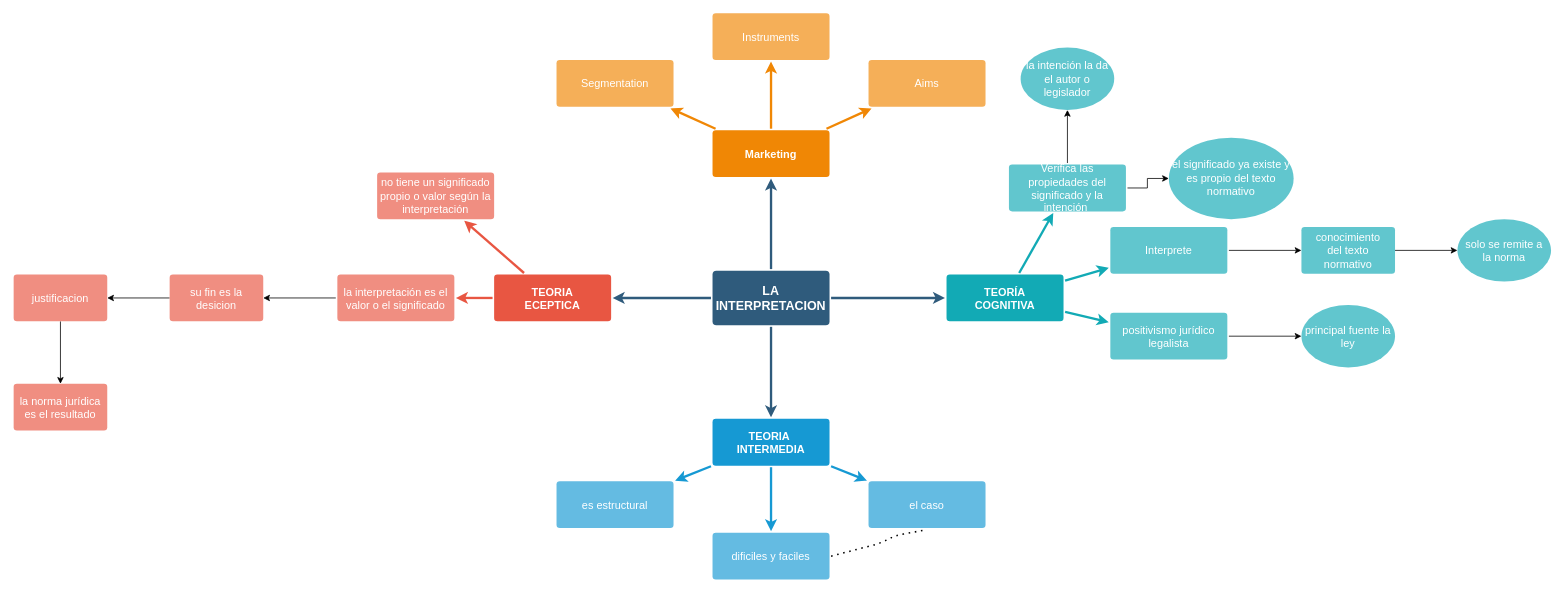
Earlier version of the draw.io diagram Untitled Diagram.drawio (yesica0/inter). Source tidied: cells renumbered, new cells numbered last; positions are measured from the earlier drawing's top-left corner, leaving out a move shared by most shapes. Both pictures are drawn from the tidied source at 78%, with x=0, y=0 at pixel (13, 12).
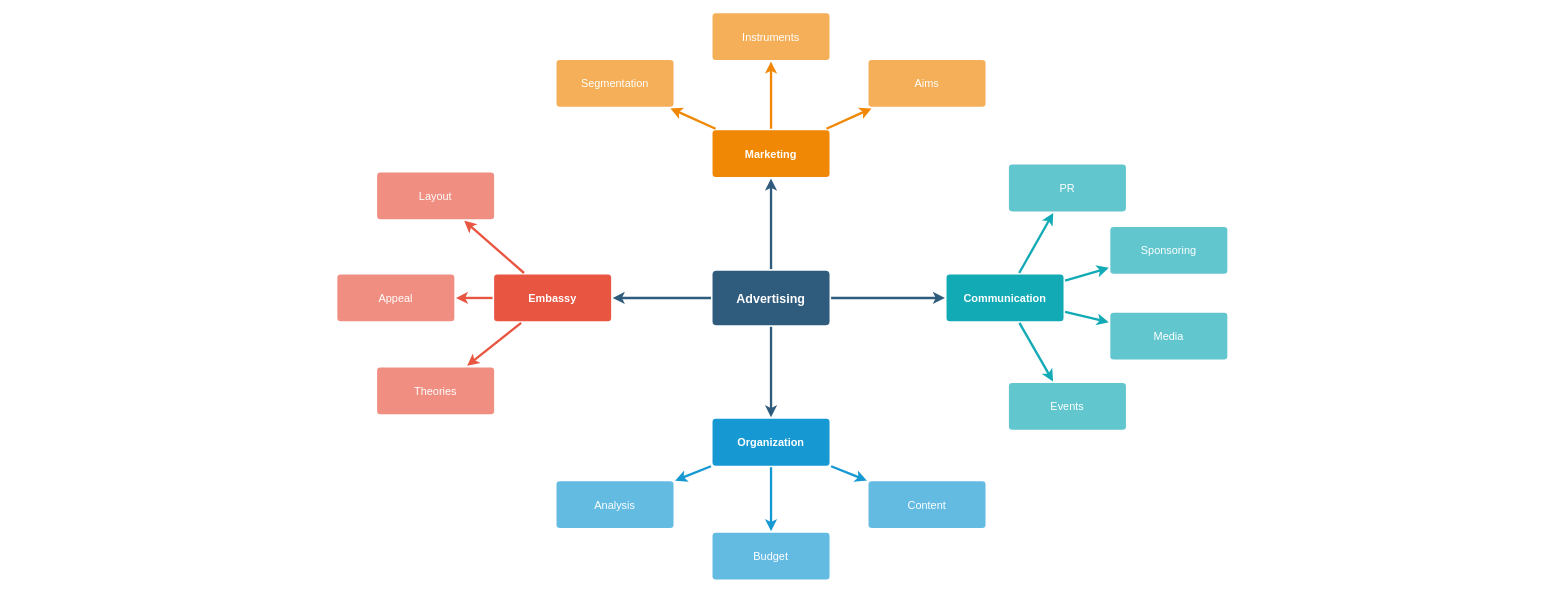
After the change.

Commit message:
migraciones internas

Change to the diagram source:
```diff
@@
-    <mxCell id="6" value="LA INTERPRETACION" style="rounded=1;whiteSpace=wrap;html=1;shadow=0;labelBackgroundColor=none;strokeColor=none;strokeWidth=3;fillColor=#2F5B7C;fontFamily=Helvetica;fontSize=16;fontColor=#FFFFFF;align=center;fontStyle=1;spacing=5;arcSize=7;perimeterSpacing=2;" parent="1" vertex="1">
+    <mxCell id="6" value="Advertising" style="rounded=1;whiteSpace=wrap;html=1;shadow=0;labelBackgroundColor=none;strokeColor=none;strokeWidth=3;fillColor=#2F5B7C;fontFamily=Helvetica;fontSize=16;fontColor=#FFFFFF;align=center;fontStyle=1;spacing=5;arcSize=7;perimeterSpacing=2;" parent="1" vertex="1">
       <mxGeometry x="896" y="330.5" width="150" height="70" as="geometry" />
     </mxCell>
@@
+    <mxCell id="50" style="edgeStyle=none;rounded=1;jumpStyle=none;html=1;shadow=0;labelBackgroundColor=none;startArrow=none;startFill=0;jettySize=auto;strokeColor=#E85642;strokeWidth=3;fontFamily=Helvetica;fontSize=14;fontColor=#FFFFFF;spacing=5;fontStyle=1;fillColor=#b0e3e6;" parent="1" edge="1" source="9" target="51">
+      <mxGeometry relative="1" as="geometry" />
+    </mxCell>
-    <mxCell id="9" value="TEORIA&lt;br&gt;ECEPTICA" style="rounded=1;whiteSpace=wrap;html=1;shadow=0;labelBackgroundColor=none;strokeColor=none;strokeWidth=3;fillColor=#e85642;fontFamily=Helvetica;fontSize=14;fontColor=#FFFFFF;align=center;spacing=5;fontStyle=1;arcSize=7;perimeterSpacing=2;" parent="1" vertex="1">
+    <mxCell id="9" value="Embassy" style="rounded=1;whiteSpace=wrap;html=1;shadow=0;labelBackgroundColor=none;strokeColor=none;strokeWidth=3;fillColor=#e85642;fontFamily=Helvetica;fontSize=14;fontColor=#FFFFFF;align=center;spacing=5;fontStyle=1;arcSize=7;perimeterSpacing=2;" parent="1" vertex="1">
       <mxGeometry x="616" y="335.5" width="150" height="60" as="geometry" />
     </mxCell>
-    <mxCell id="10" style="edgeStyle=orthogonalEdgeStyle;rounded=0;jettySize=auto;html=1;" parent="1" edge="1" source="11" target="46">
-      <mxGeometry relative="1" as="geometry" />
-    </mxCell>
+    <mxCell id="51" value="Theories" style="rounded=1;whiteSpace=wrap;html=1;shadow=0;labelBackgroundColor=none;strokeColor=none;strokeWidth=3;fillColor=#f08e81;fontFamily=Helvetica;fontSize=14;fontColor=#FFFFFF;align=center;spacing=5;fontStyle=0;arcSize=7;perimeterSpacing=2;" parent="1" vertex="1">
+      <mxGeometry x="466" y="454.5" width="150" height="60" as="geometry" />
+    </mxCell>
-    <mxCell id="11" value="la interpretación es el valor o el significado" style="rounded=1;whiteSpace=wrap;html=1;shadow=0;labelBackgroundColor=none;strokeColor=none;strokeWidth=3;fillColor=#f08e81;fontFamily=Helvetica;fontSize=14;fontColor=#FFFFFF;align=center;spacing=5;fontStyle=0;arcSize=7;perimeterSpacing=2;" parent="1" vertex="1">
+    <mxCell id="11" value="Appeal" style="rounded=1;whiteSpace=wrap;html=1;shadow=0;labelBackgroundColor=none;strokeColor=none;strokeWidth=3;fillColor=#f08e81;fontFamily=Helvetica;fontSize=14;fontColor=#FFFFFF;align=center;spacing=5;fontStyle=0;arcSize=7;perimeterSpacing=2;" parent="1" vertex="1">
       <mxGeometry x="415" y="335.5" width="150" height="60" as="geometry" />
     </mxCell>
-    <mxCell id="12" value="no tiene un significado propio o valor según la interpretación" style="rounded=1;whiteSpace=wrap;html=1;shadow=0;labelBackgroundColor=none;strokeColor=none;strokeWidth=3;fillColor=#f08e81;fontFamily=Helvetica;fontSize=14;fontColor=#FFFFFF;align=center;spacing=5;fontStyle=0;arcSize=7;perimeterSpacing=2;" parent="1" vertex="1">
+    <mxCell id="12" value="Layout" style="rounded=1;whiteSpace=wrap;html=1;shadow=0;labelBackgroundColor=none;strokeColor=none;strokeWidth=3;fillColor=#f08e81;fontFamily=Helvetica;fontSize=14;fontColor=#FFFFFF;align=center;spacing=5;fontStyle=0;arcSize=7;perimeterSpacing=2;" parent="1" vertex="1">
       <mxGeometry x="466" y="204.5" width="150" height="60" as="geometry" />
     </mxCell>
@@
-    <mxCell id="16" value="TEORIA&amp;nbsp;&lt;br&gt;INTERMEDIA" style="rounded=1;whiteSpace=wrap;html=1;shadow=0;labelBackgroundColor=none;strokeColor=none;strokeWidth=3;fillColor=#1699d3;fontFamily=Helvetica;fontSize=14;fontColor=#FFFFFF;align=center;spacing=5;fontStyle=1;arcSize=7;perimeterSpacing=2;" parent="1" vertex="1">
+    <mxCell id="16" value="Organization" style="rounded=1;whiteSpace=wrap;html=1;shadow=0;labelBackgroundColor=none;strokeColor=none;strokeWidth=3;fillColor=#1699d3;fontFamily=Helvetica;fontSize=14;fontColor=#FFFFFF;align=center;spacing=5;fontStyle=1;arcSize=7;perimeterSpacing=2;" parent="1" vertex="1">
       <mxGeometry x="896" y="520.5" width="150" height="60" as="geometry" />
     </mxCell>
-    <mxCell id="17" value="el caso" style="rounded=1;whiteSpace=wrap;html=1;shadow=0;labelBackgroundColor=none;strokeColor=none;strokeWidth=3;fillColor=#64bbe2;fontFamily=Helvetica;fontSize=14;fontColor=#FFFFFF;align=center;spacing=5;arcSize=7;perimeterSpacing=2;" parent="1" vertex="1">
+    <mxCell id="17" value="Content" style="rounded=1;whiteSpace=wrap;html=1;shadow=0;labelBackgroundColor=none;strokeColor=none;strokeWidth=3;fillColor=#64bbe2;fontFamily=Helvetica;fontSize=14;fontColor=#FFFFFF;align=center;spacing=5;arcSize=7;perimeterSpacing=2;" parent="1" vertex="1">
       <mxGeometry x="1096" y="600.5" width="150" height="60" as="geometry" />
     </mxCell>
-    <mxCell id="18" value="dificiles y faciles" style="rounded=1;whiteSpace=wrap;html=1;shadow=0;labelBackgroundColor=none;strokeColor=none;strokeWidth=3;fillColor=#64bbe2;fontFamily=Helvetica;fontSize=14;fontColor=#FFFFFF;align=center;spacing=5;arcSize=7;perimeterSpacing=2;" parent="1" vertex="1">
+    <mxCell id="18" value="Budget" style="rounded=1;whiteSpace=wrap;html=1;shadow=0;labelBackgroundColor=none;strokeColor=none;strokeWidth=3;fillColor=#64bbe2;fontFamily=Helvetica;fontSize=14;fontColor=#FFFFFF;align=center;spacing=5;arcSize=7;perimeterSpacing=2;" parent="1" vertex="1">
       <mxGeometry x="896" y="666.5" width="150" height="60" as="geometry" />
     </mxCell>
-    <mxCell id="19" value="es estructural" style="rounded=1;whiteSpace=wrap;html=1;shadow=0;labelBackgroundColor=none;strokeColor=none;strokeWidth=3;fillColor=#64bbe2;fontFamily=Helvetica;fontSize=14;fontColor=#FFFFFF;align=center;spacing=5;arcSize=7;perimeterSpacing=2;" parent="1" vertex="1">
+    <mxCell id="19" value="Analysis" style="rounded=1;whiteSpace=wrap;html=1;shadow=0;labelBackgroundColor=none;strokeColor=none;strokeWidth=3;fillColor=#64bbe2;fontFamily=Helvetica;fontSize=14;fontColor=#FFFFFF;align=center;spacing=5;arcSize=7;perimeterSpacing=2;" parent="1" vertex="1">
       <mxGeometry x="696" y="600.5" width="150" height="60" as="geometry" />
     </mxCell>
@@
-    <mxCell id="27" value="TEORÍA&lt;br&gt;COGNITIVA" style="rounded=1;whiteSpace=wrap;html=1;shadow=0;labelBackgroundColor=none;strokeColor=none;strokeWidth=3;fillColor=#12aab5;fontFamily=Helvetica;fontSize=14;fontColor=#FFFFFF;align=center;spacing=5;fontStyle=1;arcSize=7;perimeterSpacing=2;" parent="1" vertex="1">
+    <mxCell id="27" value="Communication" style="rounded=1;whiteSpace=wrap;html=1;shadow=0;labelBackgroundColor=none;strokeColor=none;strokeWidth=3;fillColor=#12aab5;fontFamily=Helvetica;fontSize=14;fontColor=#FFFFFF;align=center;spacing=5;fontStyle=1;arcSize=7;perimeterSpacing=2;" parent="1" vertex="1">
       <mxGeometry x="1196" y="335.5" width="150" height="60" as="geometry" />
     </mxCell>
-    <mxCell id="28" style="edgeStyle=orthogonalEdgeStyle;rounded=0;jettySize=auto;html=1;" parent="1" edge="1" source="29" target="43">
-      <mxGeometry relative="1" as="geometry" />
-    </mxCell>
+    <mxCell id="52" value="Events" style="rounded=1;whiteSpace=wrap;html=1;shadow=0;labelBackgroundColor=none;strokeColor=none;strokeWidth=3;fillColor=#61c6ce;fontFamily=Helvetica;fontSize=14;fontColor=#FFFFFF;align=center;spacing=5;fontStyle=0;arcSize=7;perimeterSpacing=2;" parent="1" vertex="1">
+      <mxGeometry x="1276" y="474.5" width="150" height="60" as="geometry" />
+    </mxCell>
+    <mxCell id="53" style="edgeStyle=none;rounded=1;jumpStyle=none;html=1;shadow=0;labelBackgroundColor=none;startArrow=none;startFill=0;jettySize=auto;strokeColor=#12AAB5;strokeWidth=3;fontFamily=Helvetica;fontSize=14;fontColor=#FFFFFF;spacing=5;fontStyle=1;fillColor=#b0e3e6;" parent="1" edge="1" source="27" target="52">
+      <mxGeometry relative="1" as="geometry" />
+    </mxCell>
-    <mxCell id="29" value="positivismo jurídico legalista" style="rounded=1;whiteSpace=wrap;html=1;shadow=0;labelBackgroundColor=none;strokeColor=none;strokeWidth=3;fillColor=#61c6ce;fontFamily=Helvetica;fontSize=14;fontColor=#FFFFFF;align=center;spacing=5;fontStyle=0;arcSize=7;perimeterSpacing=2;" parent="1" vertex="1">
+    <mxCell id="29" value="Media" style="rounded=1;whiteSpace=wrap;html=1;shadow=0;labelBackgroundColor=none;strokeColor=none;strokeWidth=3;fillColor=#61c6ce;fontFamily=Helvetica;fontSize=14;fontColor=#FFFFFF;align=center;spacing=5;fontStyle=0;arcSize=7;perimeterSpacing=2;" parent="1" vertex="1">
       <mxGeometry x="1406" y="384.5" width="150" height="60" as="geometry" />
     </mxCell>
@@
-    <mxCell id="31" style="edgeStyle=orthogonalEdgeStyle;rounded=0;jettySize=auto;html=1;" parent="1" edge="1" source="32" target="41">
-      <mxGeometry relative="1" as="geometry" />
-    </mxCell>
-    <mxCell id="32" value="Interprete" style="rounded=1;whiteSpace=wrap;html=1;shadow=0;labelBackgroundColor=none;strokeColor=none;strokeWidth=3;fillColor=#61c6ce;fontFamily=Helvetica;fontSize=14;fontColor=#FFFFFF;align=center;spacing=5;fontStyle=0;arcSize=7;perimeterSpacing=2;" parent="1" vertex="1">
+    <mxCell id="32" value="Sponsoring" style="rounded=1;whiteSpace=wrap;html=1;shadow=0;labelBackgroundColor=none;strokeColor=none;strokeWidth=3;fillColor=#61c6ce;fontFamily=Helvetica;fontSize=14;fontColor=#FFFFFF;align=center;spacing=5;fontStyle=0;arcSize=7;perimeterSpacing=2;" parent="1" vertex="1">
       <mxGeometry x="1406" y="274.5" width="150" height="60" as="geometry" />
     </mxCell>
@@
-    <mxCell id="34" style="edgeStyle=orthogonalEdgeStyle;rounded=0;jettySize=auto;html=1;" parent="1" edge="1" source="36" target="38">
-      <mxGeometry relative="1" as="geometry" />
-    </mxCell>
-    <mxCell id="35" style="edgeStyle=orthogonalEdgeStyle;rounded=0;jettySize=auto;html=1;" parent="1" edge="1" source="36" target="39">
-      <mxGeometry relative="1" as="geometry" />
-    </mxCell>
-    <mxCell id="36" value="Verifica las propiedades del significado y la intención&amp;nbsp;" style="rounded=1;whiteSpace=wrap;html=1;shadow=0;labelBackgroundColor=none;strokeColor=none;strokeWidth=3;fillColor=#61c6ce;fontFamily=Helvetica;fontSize=14;fontColor=#FFFFFF;align=center;spacing=5;fontStyle=0;arcSize=7;perimeterSpacing=2;" parent="1" vertex="1">
+    <mxCell id="36" value="PR" style="rounded=1;whiteSpace=wrap;html=1;shadow=0;labelBackgroundColor=none;strokeColor=none;strokeWidth=3;fillColor=#61c6ce;fontFamily=Helvetica;fontSize=14;fontColor=#FFFFFF;align=center;spacing=5;fontStyle=0;arcSize=7;perimeterSpacing=2;" parent="1" vertex="1">
       <mxGeometry x="1276" y="194.5" width="150" height="60" as="geometry" />
     </mxCell>
@@
-    <mxCell id="38" value="el significado ya existe y es propio del texto normativo" style="ellipse;whiteSpace=wrap;html=1;rounded=1;shadow=0;fontSize=14;fontColor=#FFFFFF;fontStyle=0;strokeColor=none;strokeWidth=3;fillColor=#61c6ce;spacing=5;arcSize=7;" parent="1" vertex="1">
-      <mxGeometry x="1481" y="160" width="160" height="104.5" as="geometry" />
-    </mxCell>
-    <mxCell id="39" value="la intención la da el autor o legislador" style="ellipse;whiteSpace=wrap;html=1;rounded=1;shadow=0;fontSize=14;fontColor=#FFFFFF;fontStyle=0;strokeColor=none;strokeWidth=3;fillColor=#61c6ce;spacing=5;arcSize=7;" parent="1" vertex="1">
-      <mxGeometry x="1291" y="44.5" width="120" height="80" as="geometry" />
-    </mxCell>
-    <mxCell id="40" style="edgeStyle=orthogonalEdgeStyle;rounded=0;jettySize=auto;html=1;" parent="1" edge="1" source="41" target="42">
-      <mxGeometry relative="1" as="geometry" />
-    </mxCell>
-    <mxCell id="41" value="conocimiento del texto normativo" style="shape=process;whiteSpace=wrap;html=1;backgroundOutline=1;rounded=1;shadow=0;fontSize=14;fontColor=#FFFFFF;fontStyle=0;strokeColor=none;strokeWidth=3;fillColor=#61c6ce;spacing=5;arcSize=7;" parent="1" vertex="1">
-      <mxGeometry x="1651" y="274.5" width="120" height="60" as="geometry" />
-    </mxCell>
-    <mxCell id="42" value="solo se remite a la norma" style="ellipse;whiteSpace=wrap;html=1;rounded=1;shadow=0;fontSize=14;fontColor=#FFFFFF;fontStyle=0;strokeColor=none;strokeWidth=3;fillColor=#61c6ce;spacing=5;arcSize=7;" parent="1" vertex="1">
-      <mxGeometry x="1851" y="264.5" width="120" height="80" as="geometry" />
-    </mxCell>
-    <mxCell id="43" value="principal fuente la ley" style="ellipse;whiteSpace=wrap;html=1;rounded=1;shadow=0;fontSize=14;fontColor=#FFFFFF;fontStyle=0;strokeColor=none;strokeWidth=3;fillColor=#61c6ce;spacing=5;arcSize=7;" parent="1" vertex="1">
-      <mxGeometry x="1651" y="374.5" width="120" height="80" as="geometry" />
-    </mxCell>
-    <mxCell id="44" style="endArrow=none;dashed=1;html=1;dashPattern=1 3;strokeWidth=2;exitX=1;exitY=0.5;exitDx=0;exitDy=0;entryX=0.5;entryY=1;entryDx=0;entryDy=0;" parent="1" edge="1" source="18" target="17">
-      <mxGeometry relative="1" as="geometry">
-        <Array as="points">
-          <mxPoint x="1111" y="680" />
-          <mxPoint x="1131" y="670" />
-        </Array>
-      </mxGeometry>
-    </mxCell>
-    <mxCell id="45" style="edgeStyle=orthogonalEdgeStyle;rounded=0;jettySize=auto;html=1;" parent="1" edge="1" source="46" target="48">
-      <mxGeometry relative="1" as="geometry" />
-    </mxCell>
-    <mxCell id="46" value="su fin es la desicion" style="whiteSpace=wrap;html=1;rounded=1;shadow=0;fontSize=14;fontColor=#FFFFFF;fontStyle=0;strokeColor=none;strokeWidth=3;fillColor=#f08e81;spacing=5;arcSize=7;" parent="1" vertex="1">
-      <mxGeometry x="200" y="335.5" width="120" height="60" as="geometry" />
-    </mxCell>
-    <mxCell id="47" style="edgeStyle=orthogonalEdgeStyle;rounded=0;jettySize=auto;html=1;" parent="1" edge="1" source="48" target="49">
-      <mxGeometry relative="1" as="geometry" />
-    </mxCell>
-    <mxCell id="48" value="justificacion" style="whiteSpace=wrap;html=1;rounded=1;shadow=0;fontSize=14;fontColor=#FFFFFF;fontStyle=0;strokeColor=none;strokeWidth=3;fillColor=#f08e81;spacing=5;arcSize=7;" parent="1" vertex="1">
-      <mxGeometry y="335.5" width="120" height="60" as="geometry" />
-    </mxCell>
-    <mxCell id="49" value="la norma jurídica es el resultado" style="whiteSpace=wrap;html=1;rounded=1;shadow=0;fontSize=14;fontColor=#FFFFFF;fontStyle=0;strokeColor=none;strokeWidth=3;fillColor=#f08e81;spacing=5;arcSize=7;" parent="1" vertex="1">
-      <mxGeometry y="475.5" width="120" height="60" as="geometry" />
-    </mxCell>
```
